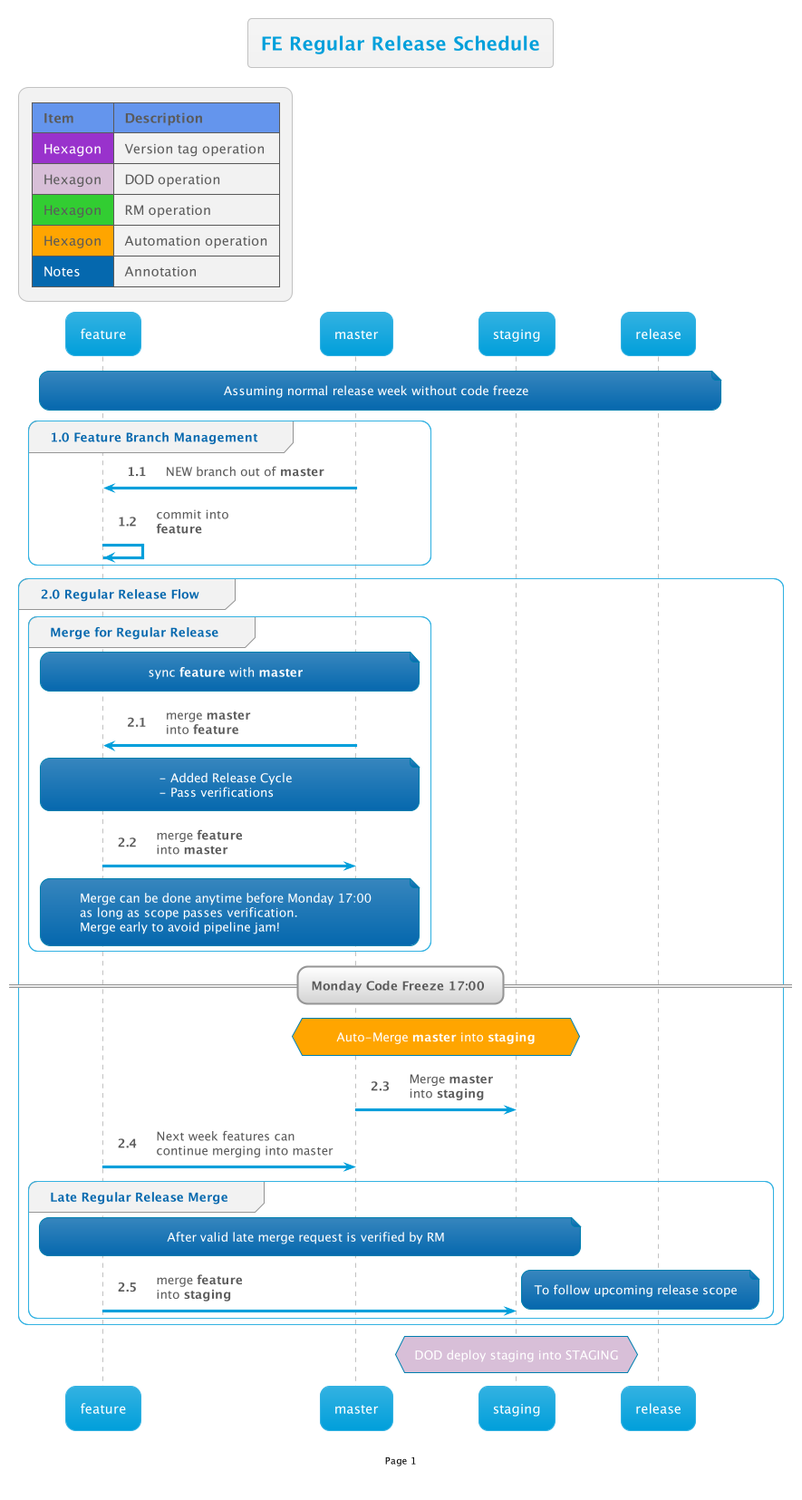
Before: out/Confluence/SOPWebFE/MergeFlow/1/1.png, a diagram exported from PlantUML (thetomitomo/diagrams). Its diagram source:
```plantuml
@startuml
!$AutonumStart = 1
!include __init__

title FE Regular Release Schedule

note over feature,release: Assuming normal release week without code freeze

group 1.0 Feature Branch Management
    master -> feature: NEW branch out of <b>master</b>
    feature -> feature: commit into\n<b>feature</b>
end

autonumber inc A
group 2.0 Regular Release Flow
    group Merge for Regular Release
        note over feature,master: sync <b>feature</b> with <b>master</b>
        master -> feature: merge <b>master</b>\ninto <b>feature</b>
        note over feature,master: - Added Release Cycle\n- Pass verifications
        feature -> master: merge <b>feature</b>\ninto <b>master</b>
        note over feature,master:Merge can be done anytime before Monday 17:00\nas long as scope passes verification.\nMerge early to avoid pipeline jam!
    end

    == Monday Code Freeze 17:00 ==
    hnote over master,staging #Orange:Auto-Merge **master** into **staging**
    master -> staging: Merge <b>master</b>\ninto <b>staging</b>
    feature->master:Next week features can\ncontinue merging into master

    group Late Regular Release Merge
        note over feature,staging: After valid late merge request is verified by RM
        feature -> staging: merge <b>feature</b>\ninto <b>staging</b>
        note right
            To follow upcoming release scope
        end note
    end
end

hnote over staging #Thistle: DOD deploy staging into STAGING
@enduml
```
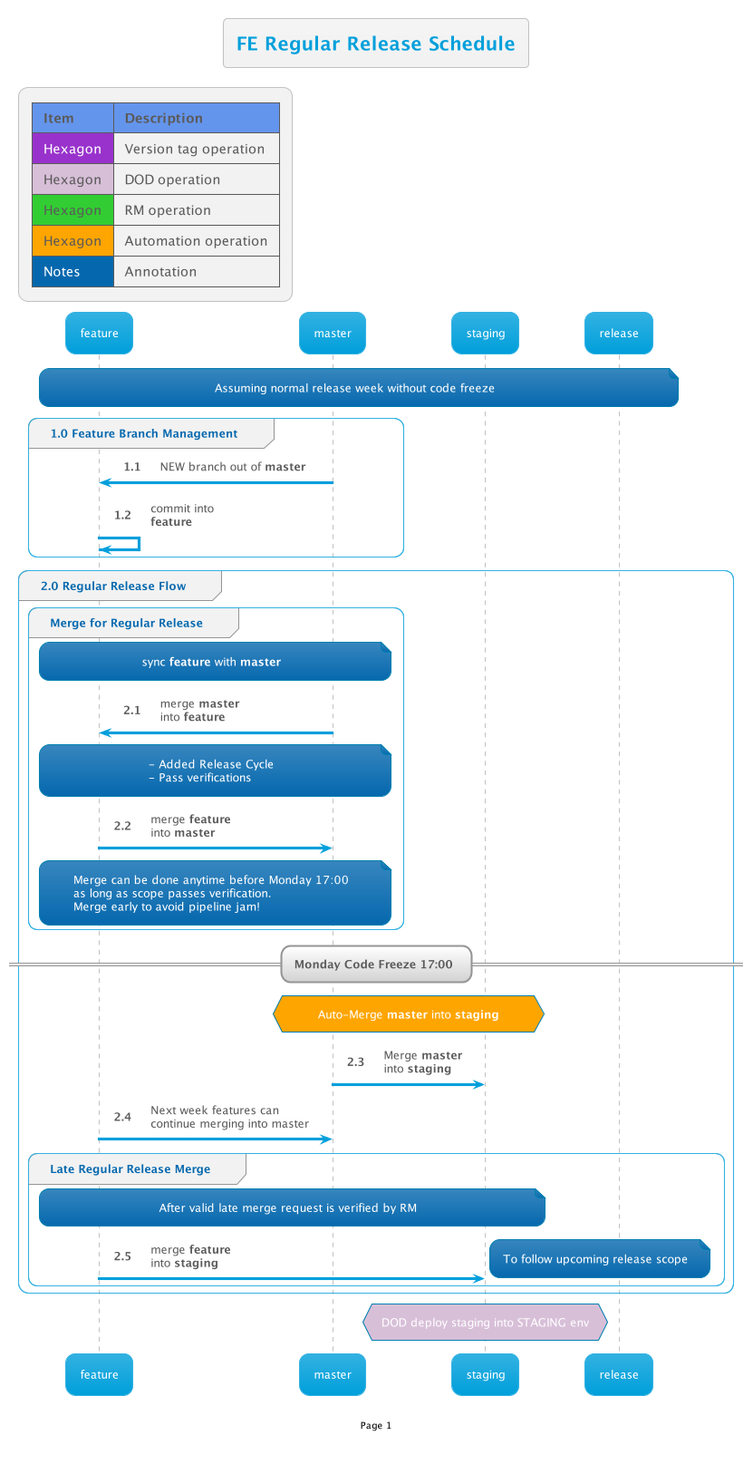
The same diagram one commit later.

Commit message:
add env to staging env

The edit, as a diff of the source:
```diff
@@ -35,5 +35,5 @@
     end
 end
 
-hnote over staging #Thistle: DOD deploy staging into STAGING
+hnote over staging #Thistle: DOD deploy staging into STAGING env
 @enduml
```
